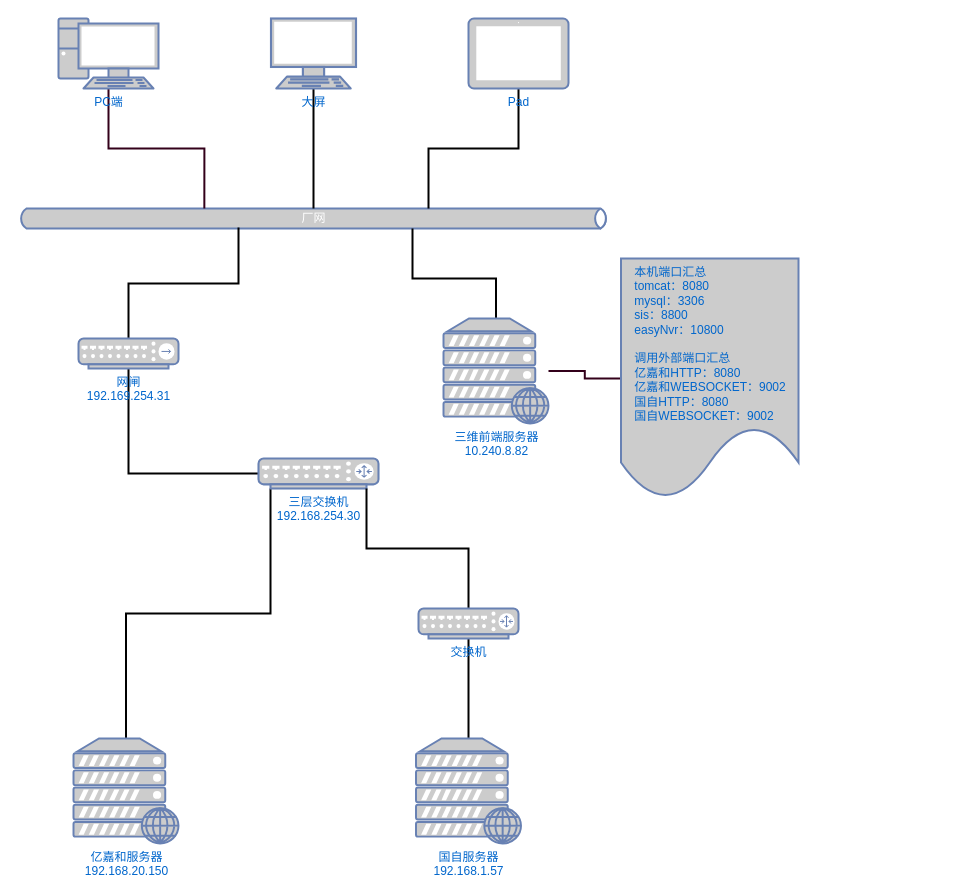
wangyufei0807/draw keeps this draw.io diagram as 王曲电厂网络拓扑图.drawio. Above is the earlier version. Source tidied: cells renumbered, new cells numbered last; positions are measured from the earlier drawing's top-left corner, leaving out a move shared by most shapes. Both pictures are drawn from the tidied source at 100%, with x=0, y=0 at pixel (18, 18).
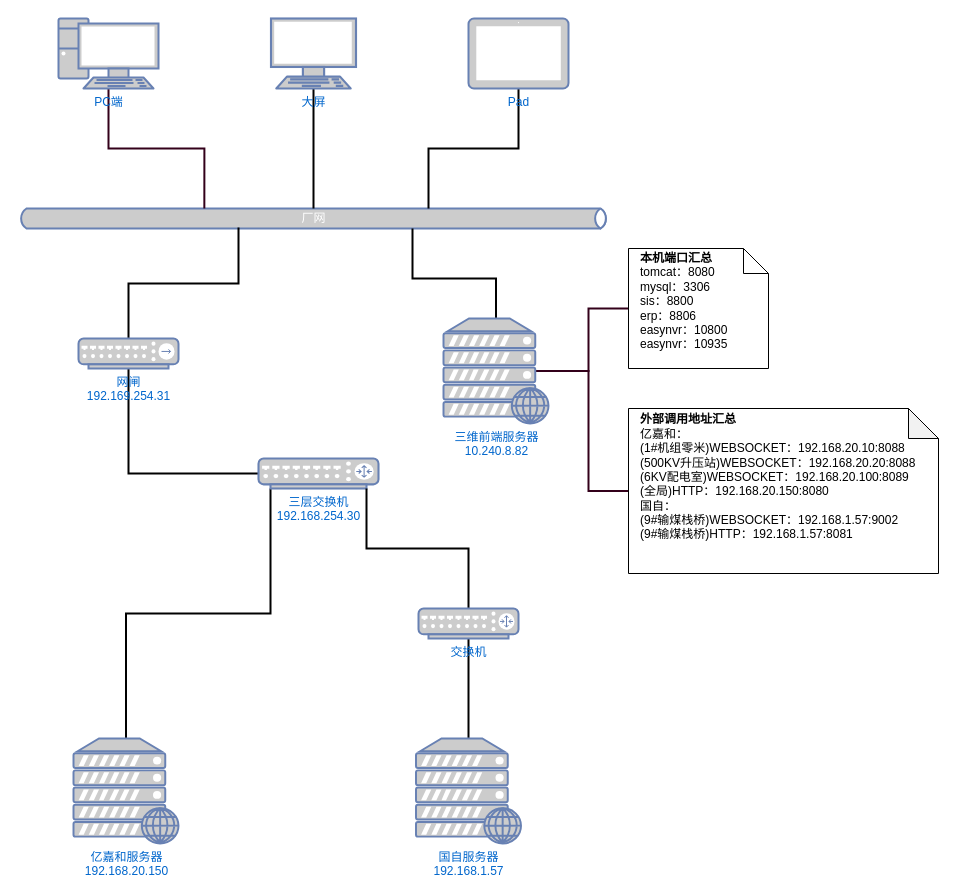
Above is the later version.

Commit message:
Update 王曲电厂网络拓扑图.drawio

The change refers to these unchanged cells:
```xml
<mxCell id="15" value="三维前端服务器&lt;br&gt;10.240.8.82" style="fontColor=#0066CC;verticalAlign=top;verticalLabelPosition=bottom;labelPosition=center;align=center;html=1;outlineConnect=0;fillColor=#CCCCCC;strokeColor=#6881B3;gradientColor=none;gradientDirection=north;strokeWidth=2;shape=mxgraph.networks.web_server;" parent="1" vertex="1">
  <mxGeometry x="425" y="300" width="105" height="105" as="geometry" />
</mxCell>
```

The edit, as a diff of the source:
```diff
@@
-    <mxCell id="14" style="edgeStyle=orthogonalEdgeStyle;rounded=0;jettySize=auto;html=1;endArrow=none;endFill=0;strokeColor=#33001A;strokeWidth=2;" parent="1" edge="1" source="15" target="22">
+    <mxCell id="14" style="edgeStyle=orthogonalEdgeStyle;rounded=0;jettySize=auto;html=1;endArrow=none;endFill=0;strokeColor=#33001A;strokeWidth=2;entryX=0;entryY=0.5;entryDx=0;entryDy=0;entryPerimeter=0;" parent="1" edge="1" source="15" target="24">
       <mxGeometry relative="1" as="geometry" />
     </mxCell>
+    <mxCell id="23" style="edgeStyle=orthogonalEdgeStyle;rounded=0;jettySize=auto;html=1;exitX=0.88;exitY=0.5;exitDx=0;exitDy=0;exitPerimeter=0;entryX=0;entryY=0.5;entryDx=0;entryDy=0;entryPerimeter=0;endArrow=none;endFill=0;strokeColor=#33001A;strokeWidth=2;" parent="1" edge="1" source="15" target="25">
+      <mxGeometry relative="1" as="geometry" />
+    </mxCell>
@@
-    <mxCell id="22" value="&lt;div style=&quot;text-align: left&quot;&gt;&lt;span&gt;本机端口汇总&lt;/span&gt;&lt;/div&gt;&lt;div style=&quot;text-align: left&quot;&gt;&lt;span&gt;tomcat：8080&lt;/span&gt;&lt;/div&gt;&lt;div style=&quot;text-align: left&quot;&gt;&lt;span&gt;mysql：3306&lt;/span&gt;&lt;/div&gt;&lt;div style=&quot;text-align: left&quot;&gt;&lt;span&gt;sis：8800&lt;/span&gt;&lt;/div&gt;&lt;div style=&quot;text-align: left&quot;&gt;&lt;span&gt;easyNvr：10800&lt;/span&gt;&lt;/div&gt;&lt;div style=&quot;text-align: left&quot;&gt;&lt;span&gt;&lt;br&gt;&lt;/span&gt;&lt;/div&gt;&lt;div style=&quot;text-align: left&quot;&gt;&lt;span&gt;调用外部端口汇总&lt;/span&gt;&lt;/div&gt;&lt;div style=&quot;text-align: left&quot;&gt;&lt;span&gt;亿嘉和HTTP：8080&lt;/span&gt;&lt;/div&gt;&lt;div style=&quot;text-align: left&quot;&gt;亿嘉和WEBSOCKET：9002&lt;/div&gt;&lt;div style=&quot;text-align: left&quot;&gt;国自HTTP：8080&lt;/div&gt;&lt;div style=&quot;text-align: left&quot;&gt;国自WEBSOCKET：9002&lt;/div&gt;" style="shape=document;whiteSpace=wrap;html=1;boundedLbl=1;fontColor=#0066CC;verticalAlign=top;strokeColor=#6881B3;strokeWidth=2;fillColor=#CCCCCC;gradientDirection=north;" parent="1" vertex="1">
-      <mxGeometry x="602.5" y="240" width="177.5" height="240" as="geometry" />
-    </mxCell>
+    <mxCell id="24" value="&lt;p style=&quot;line-height: 150%&quot;&gt;&lt;/p&gt;&lt;div&gt;&lt;b&gt;本机端口汇总&lt;/b&gt;&lt;/div&gt;&lt;div&gt;tomcat：8080&lt;/div&gt;&lt;div&gt;mysql：3306&lt;/div&gt;&lt;div&gt;sis：8800&lt;/div&gt;&lt;div&gt;erp：8806&lt;br&gt;&lt;/div&gt;&lt;div&gt;easynvr：10800&lt;/div&gt;&lt;div&gt;easynvr：10935&lt;/div&gt;&lt;div&gt;&lt;br&gt;&lt;/div&gt;&lt;p&gt;&lt;/p&gt;" style="shape=note2;boundedLbl=1;whiteSpace=wrap;html=1;size=25;verticalAlign=middle;align=left;spacingLeft=10;" parent="1" vertex="1">
+      <mxGeometry x="610" y="230" width="140" height="120" as="geometry" />
+    </mxCell>
+    <mxCell id="25" value="&lt;div&gt;&lt;span&gt;&lt;b&gt;外部调用地址汇总&lt;/b&gt;&lt;/span&gt;&lt;/div&gt;&lt;div&gt;&lt;span&gt;亿嘉和：&lt;/span&gt;&lt;/div&gt;&lt;div&gt;&lt;span&gt;(1#机组零米)WEBSOCKET：192.168.20.10:8088&lt;/span&gt;&lt;/div&gt;&lt;div&gt;(500KV升压站)WEBSOCKET：192.168.20.20:8088&lt;span&gt;&lt;br&gt;&lt;/span&gt;&lt;/div&gt;&lt;div&gt;(6KV配电室)WEBSOCKET：192.168.20.100:8089&lt;br&gt;&lt;/div&gt;&lt;div&gt;(全局)HTTP：192.168.20.150:8080&lt;/div&gt;&lt;div&gt;国自：&lt;/div&gt;&lt;div&gt;(9#输煤栈桥)WEBSOCKET：192.168.1.57:9002&lt;/div&gt;&lt;div&gt;(9#输煤栈桥)HTTP：192.168.1.57:8081&lt;br&gt;&lt;/div&gt;&lt;div&gt;&lt;br&gt;&lt;/div&gt;&lt;div&gt;&lt;span&gt;&lt;br&gt;&lt;/span&gt;&lt;/div&gt;" style="shape=note;whiteSpace=wrap;html=1;backgroundOutline=1;darkOpacity=0.05;align=left;spacingLeft=10;" parent="1" vertex="1">
+      <mxGeometry x="610" y="390" width="310" height="165" as="geometry" />
+    </mxCell>
```
